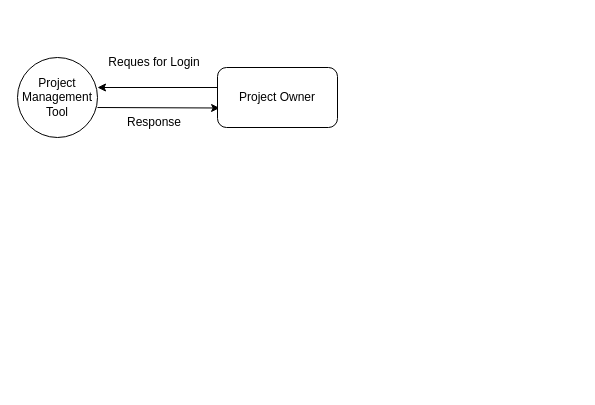
Above: resources/TEAMTRACK_0_DFD.drawio in pembattech/team-track (draw.io), before the change. Source tidied: cells renumbered, new cells numbered last; positions are measured from the earlier drawing's top-left corner, leaving out a move shared by most shapes. Both pictures are drawn from the tidied source at 100%, with x=0, y=0 at pixel (17, 47).
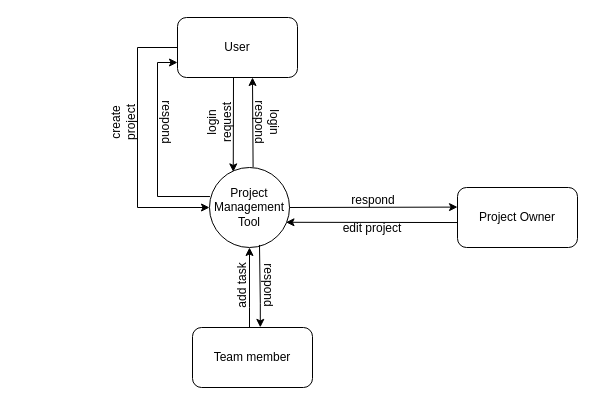
The same diagram, later.

The edit, as a diff of the source:
```diff
@@
     <mxCell id="2" value="Project Management Tool" style="ellipse;whiteSpace=wrap;html=1;" parent="1" vertex="1">
-      <mxGeometry y="10" width="80" height="80" as="geometry" />
+      <mxGeometry x="192" y="120" width="80" height="80" as="geometry" />
     </mxCell>
-    <mxCell id="3" style="endArrow=classic;html=1;rounded=0;entryX=0.012;entryY=0.321;entryDx=0;entryDy=0;exitX=0.992;exitY=0.36;exitDx=0;exitDy=0;exitPerimeter=0;entryPerimeter=0;" parent="1" edge="1">
+    <mxCell id="3" style="endArrow=classic;html=1;rounded=0;entryX=0.297;entryY=0.055;entryDx=0;entryDy=0;entryPerimeter=0;" parent="1" edge="1" target="2">
       <mxGeometry relative="1" as="geometry">
-        <mxPoint x="80" y="60" as="sourcePoint" />
-        <mxPoint x="202.1" y="60.5" as="targetPoint" />
+        <mxPoint x="216" y="30" as="sourcePoint" />
       </mxGeometry>
     </mxCell>
-    <mxCell id="4" style="endArrow=classic;html=1;rounded=0;entryX=1;entryY=0.5;entryDx=0;entryDy=0;" parent="1" edge="1">
-      <mxGeometry relative="1" as="geometry">
-        <mxPoint x="200" y="40" as="sourcePoint" />
-        <mxPoint x="80" y="40" as="targetPoint" />
-      </mxGeometry>
-    </mxCell>
+    <mxCell id="8" style="endArrow=none;html=1;rounded=0;entryX=0.608;entryY=-0.005;entryDx=0;entryDy=0;entryPerimeter=0;endFill=0;startArrow=classic;startFill=1;" parent="1" edge="1">
+      <mxGeometry relative="1" as="geometry">
+        <mxPoint x="235" y="30" as="sourcePoint" />
+        <mxPoint x="235.6" y="119.6" as="targetPoint" />
+      </mxGeometry>
+    </mxCell>
+    <mxCell id="9" style="endArrow=none;html=1;rounded=0;endFill=0;startArrow=classic;startFill=1;entryX=1;entryY=0.5;entryDx=0;entryDy=0;" parent="1" edge="1" target="2">
+      <mxGeometry relative="1" as="geometry">
+        <mxPoint x="440" y="159.6" as="sourcePoint" />
+      </mxGeometry>
+    </mxCell>
+    <mxCell id="10" style="endArrow=classic;html=1;rounded=0;endFill=1;startArrow=none;startFill=0;entryX=0.956;entryY=0.685;entryDx=0;entryDy=0;exitX=0.013;exitY=0.584;exitDx=0;exitDy=0;exitPerimeter=0;entryPerimeter=0;" parent="1" edge="1" source="5" target="2">
+      <mxGeometry relative="1" as="geometry" />
+    </mxCell>
     <mxCell id="5" value="Project Owner" style="rounded=1;whiteSpace=wrap;html=1;" parent="1" vertex="1">
-      <mxGeometry x="200" y="20" width="120" height="60" as="geometry" />
+      <mxGeometry x="440" y="140" width="120" height="60" as="geometry" />
     </mxCell>
-    <mxCell id="6" value="Reques for Login" style="text;html=1;strokeColor=none;fillColor=none;align=center;verticalAlign=middle;whiteSpace=wrap;rounded=0;" parent="1" vertex="1">
-      <mxGeometry x="82" width="110" height="30" as="geometry" />
-    </mxCell>
-    <mxCell id="7" value="Response" style="text;html=1;strokeColor=none;fillColor=none;align=center;verticalAlign=middle;whiteSpace=wrap;rounded=0;" parent="1" vertex="1">
-      <mxGeometry x="82" y="60" width="110" height="30" as="geometry" />
-    </mxCell>
+    <mxCell id="11" style="edgeStyle=orthogonalEdgeStyle;rounded=0;jettySize=auto;html=1;entryX=0;entryY=0.5;entryDx=0;entryDy=0;" parent="1" edge="1" source="12" target="2">
+      <mxGeometry relative="1" as="geometry">
+        <Array as="points">
+          <mxPoint x="120" />
+          <mxPoint x="120" y="160" />
+        </Array>
+      </mxGeometry>
+    </mxCell>
+    <mxCell id="12" value="User" style="rounded=1;whiteSpace=wrap;html=1;" parent="1" vertex="1">
+      <mxGeometry x="160" y="-30" width="120" height="60" as="geometry" />
+    </mxCell>
+    <mxCell id="13" style="edgeStyle=orthogonalEdgeStyle;rounded=0;jettySize=auto;html=1;entryX=0.5;entryY=1;entryDx=0;entryDy=0;" parent="1" edge="1" source="15" target="2">
+      <mxGeometry relative="1" as="geometry">
+        <Array as="points">
+          <mxPoint x="232" y="260" />
+          <mxPoint x="232" y="260" />
+        </Array>
+      </mxGeometry>
+    </mxCell>
+    <mxCell id="14" style="edgeStyle=orthogonalEdgeStyle;rounded=0;jettySize=auto;html=1;endArrow=none;endFill=0;startArrow=classic;startFill=1;exitX=0.565;exitY=-0.002;exitDx=0;exitDy=0;exitPerimeter=0;entryX=0.625;entryY=0.968;entryDx=0;entryDy=0;entryPerimeter=0;" parent="1" edge="1" source="15" target="2">
+      <mxGeometry relative="1" as="geometry">
+        <Array as="points">
+          <mxPoint x="243" y="256" />
+          <mxPoint x="242" y="256" />
+        </Array>
+      </mxGeometry>
+    </mxCell>
+    <mxCell id="15" value="Team member" style="rounded=1;whiteSpace=wrap;html=1;" parent="1" vertex="1">
+      <mxGeometry x="175" y="280" width="120" height="60" as="geometry" />
+    </mxCell>
+    <mxCell id="16" value="edit project" style="text;html=1;strokeColor=none;fillColor=none;align=center;verticalAlign=middle;whiteSpace=wrap;rounded=0;" parent="1" vertex="1">
+      <mxGeometry x="300" y="166" width="110" height="30" as="geometry" />
+    </mxCell>
+    <mxCell id="17" value="respond" style="text;html=1;strokeColor=none;fillColor=none;align=center;verticalAlign=middle;whiteSpace=wrap;rounded=0;" parent="1" vertex="1">
+      <mxGeometry x="301" y="138" width="110" height="30" as="geometry" />
+    </mxCell>
+    <mxCell id="18" value="login request" style="text;html=1;strokeColor=none;fillColor=none;align=center;verticalAlign=middle;whiteSpace=wrap;rounded=0;rotation=-90;" parent="1" vertex="1">
+      <mxGeometry x="172" y="60" width="60" height="30" as="geometry" />
+    </mxCell>
+    <mxCell id="19" value="create project" style="text;html=1;strokeColor=none;fillColor=none;align=center;verticalAlign=middle;whiteSpace=wrap;rounded=0;rotation=-90;" parent="1" vertex="1">
+      <mxGeometry x="76" y="60" width="60" height="30" as="geometry" />
+    </mxCell>
+    <mxCell id="20" value="login respond&lt;br&gt;" style="text;html=1;strokeColor=none;fillColor=none;align=center;verticalAlign=middle;whiteSpace=wrap;rounded=0;rotation=90;" parent="1" vertex="1">
+      <mxGeometry x="220" y="60" width="60" height="30" as="geometry" />
+    </mxCell>
+    <mxCell id="21" value="respond" style="text;html=1;strokeColor=none;fillColor=none;align=center;verticalAlign=middle;whiteSpace=wrap;rounded=0;rotation=90;" parent="1" vertex="1">
+      <mxGeometry x="119" y="60" width="60" height="30" as="geometry" />
+    </mxCell>
+    <mxCell id="22" style="edgeStyle=orthogonalEdgeStyle;rounded=0;jettySize=auto;html=1;entryX=0.006;entryY=0.363;entryDx=0;entryDy=0;entryPerimeter=0;exitX=0;exitY=0.75;exitDx=0;exitDy=0;endArrow=none;endFill=0;startArrow=classic;startFill=1;" parent="1" edge="1" source="12" target="2">
+      <mxGeometry relative="1" as="geometry">
+        <Array as="points">
+          <mxPoint x="140" y="15" />
+          <mxPoint x="140" y="149" />
+        </Array>
+      </mxGeometry>
+    </mxCell>
+    <mxCell id="23" value="add task" style="text;html=1;strokeColor=none;fillColor=none;align=center;verticalAlign=middle;whiteSpace=wrap;rounded=0;rotation=-90;" parent="1" vertex="1">
+      <mxGeometry x="195" y="223" width="60" height="30" as="geometry" />
+    </mxCell>
+    <mxCell id="24" value="respond" style="text;html=1;strokeColor=none;fillColor=none;align=center;verticalAlign=middle;whiteSpace=wrap;rounded=0;rotation=90;" parent="1" vertex="1">
+      <mxGeometry x="221" y="223" width="60" height="30" as="geometry" />
+    </mxCell>
```
